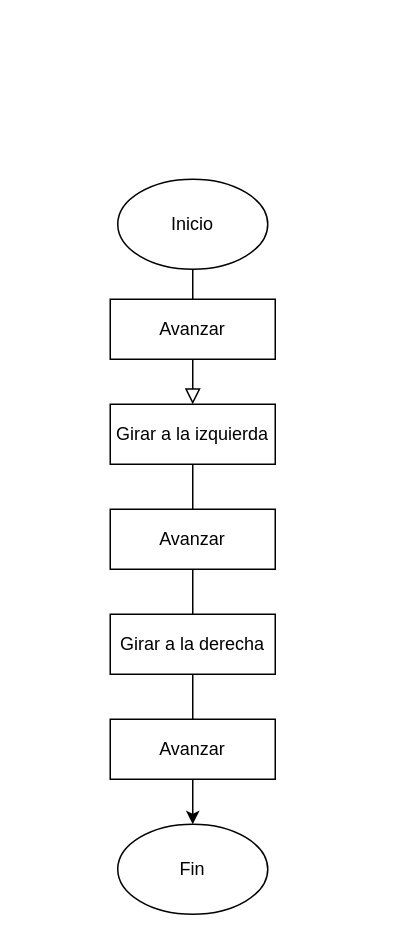
Before: page "Maze 2" (2 of 10) of Untitled Diagram.drawio in Daniel-Cabbelt/Flowcharts, a draw.io diagram. Source tidied: cells renumbered, new cells numbered last; positions are measured from the earlier drawing's top-left corner, leaving out a move shared by most shapes. Both pictures are drawn from the tidied source at 150%, with x=0, y=0 at pixel (110, 178).
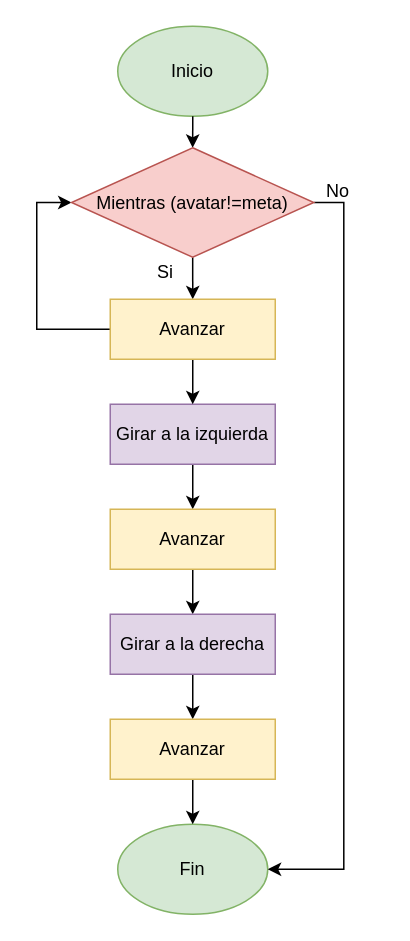
The same page after the edit.

Diff of the diagram source:
```diff
@@
-    <mxCell id="2" style="rounded=0;html=1;jettySize=auto;fontSize=11;endArrow=block;endFill=0;endSize=8;strokeWidth=1;shadow=0;labelBackgroundColor=none;edgeStyle=orthogonalEdgeStyle;exitX=0.5;exitY=1;exitDx=0;exitDy=0;entryX=0.5;entryY=0;entryDx=0;entryDy=0;" parent="1" edge="1" source="3" target="5">
-      <mxGeometry relative="1" as="geometry" />
-    </mxCell>
+    <mxCell id="11" style="edgeStyle=orthogonalEdgeStyle;rounded=0;jettySize=auto;html=1;exitX=0.5;exitY=1;exitDx=0;exitDy=0;entryX=0.5;entryY=0;entryDx=0;entryDy=0;" parent="1" edge="1" source="20" target="8">
+      <mxGeometry relative="1" as="geometry" />
+    </mxCell>
-    <mxCell id="3" value="Inicio" style="ellipse;whiteSpace=wrap;html=1;" parent="1" vertex="1">
-      <mxGeometry x="5" width="100" height="60" as="geometry" />
+    <mxCell id="3" value="Inicio" style="ellipse;whiteSpace=wrap;html=1;fillColor=#d5e8d4;strokeColor=#82b366;" parent="1" vertex="1">
+      <mxGeometry x="5" y="-102" width="100" height="60" as="geometry" />
     </mxCell>
-    <mxCell id="4" style="edgeStyle=orthogonalEdgeStyle;rounded=0;jettySize=auto;html=1;exitX=0.5;exitY=1;exitDx=0;exitDy=0;entryX=0.5;entryY=0;entryDx=0;entryDy=0;" parent="1" edge="1" source="5" target="7">
-      <mxGeometry relative="1" as="geometry" />
-    </mxCell>
+    <mxCell id="12" style="edgeStyle=orthogonalEdgeStyle;rounded=0;jettySize=auto;html=1;exitX=0.5;exitY=1;exitDx=0;exitDy=0;entryX=0.5;entryY=0;entryDx=0;entryDy=0;" parent="1" edge="1" source="5" target="6">
+      <mxGeometry relative="1" as="geometry" />
+    </mxCell>
-    <mxCell id="5" value="Girar a la izquierda" style="rounded=0;whiteSpace=wrap;html=1;" parent="1" vertex="1">
+    <mxCell id="5" value="Girar a la izquierda" style="rounded=0;whiteSpace=wrap;html=1;fillColor=#e1d5e7;strokeColor=#9673a6;" parent="1" vertex="1">
       <mxGeometry y="150" width="110" height="40" as="geometry" />
     </mxCell>
+    <mxCell id="13" style="edgeStyle=orthogonalEdgeStyle;rounded=0;jettySize=auto;html=1;exitX=0.5;exitY=1;exitDx=0;exitDy=0;entryX=0.5;entryY=0;entryDx=0;entryDy=0;" parent="1" edge="1" source="6" target="9">
+      <mxGeometry relative="1" as="geometry" />
+    </mxCell>
-    <mxCell id="6" value="Avanzar" style="rounded=0;whiteSpace=wrap;html=1;" parent="1" vertex="1">
+    <mxCell id="6" value="Avanzar" style="rounded=0;whiteSpace=wrap;html=1;fillColor=#fff2cc;strokeColor=#d6b656;" parent="1" vertex="1">
       <mxGeometry y="220" width="110" height="40" as="geometry" />
     </mxCell>
-    <mxCell id="7" value="Fin" style="ellipse;whiteSpace=wrap;html=1;" parent="1" vertex="1">
+    <mxCell id="7" value="Fin" style="ellipse;whiteSpace=wrap;html=1;fillColor=#d5e8d4;strokeColor=#82b366;" parent="1" vertex="1">
       <mxGeometry x="5" y="430" width="100" height="60" as="geometry" />
     </mxCell>
+    <mxCell id="14" style="edgeStyle=orthogonalEdgeStyle;rounded=0;jettySize=auto;html=1;exitX=0.5;exitY=1;exitDx=0;exitDy=0;entryX=0.5;entryY=0;entryDx=0;entryDy=0;" parent="1" edge="1" source="8" target="5">
+      <mxGeometry relative="1" as="geometry" />
+    </mxCell>
+    <mxCell id="15" style="edgeStyle=orthogonalEdgeStyle;rounded=0;jettySize=auto;html=1;exitX=0;exitY=0.5;exitDx=0;exitDy=0;entryX=0;entryY=0.5;entryDx=0;entryDy=0;" parent="1" edge="1" source="8" target="20">
+      <mxGeometry relative="1" as="geometry">
+        <Array as="points">
+          <mxPoint x="-49" y="100" />
+          <mxPoint x="-49" y="16" />
+        </Array>
+      </mxGeometry>
+    </mxCell>
-    <mxCell id="8" value="Avanzar" style="rounded=0;whiteSpace=wrap;html=1;" parent="1" vertex="1">
+    <mxCell id="8" value="Avanzar" style="rounded=0;whiteSpace=wrap;html=1;fillColor=#fff2cc;strokeColor=#d6b656;" parent="1" vertex="1">
       <mxGeometry y="80" width="110" height="40" as="geometry" />
     </mxCell>
+    <mxCell id="16" style="edgeStyle=orthogonalEdgeStyle;rounded=0;jettySize=auto;html=1;exitX=0.5;exitY=1;exitDx=0;exitDy=0;entryX=0.5;entryY=0;entryDx=0;entryDy=0;" parent="1" edge="1" source="9" target="10">
+      <mxGeometry relative="1" as="geometry" />
+    </mxCell>
-    <mxCell id="9" value="Girar a la derecha" style="rounded=0;whiteSpace=wrap;html=1;" parent="1" vertex="1">
+    <mxCell id="9" value="Girar a la derecha" style="rounded=0;whiteSpace=wrap;html=1;fillColor=#e1d5e7;strokeColor=#9673a6;" parent="1" vertex="1">
       <mxGeometry y="290" width="110" height="40" as="geometry" />
     </mxCell>
+    <mxCell id="17" style="edgeStyle=orthogonalEdgeStyle;rounded=0;jettySize=auto;html=1;exitX=0.5;exitY=1;exitDx=0;exitDy=0;entryX=0.5;entryY=0;entryDx=0;entryDy=0;" parent="1" edge="1" source="10" target="7">
+      <mxGeometry relative="1" as="geometry" />
+    </mxCell>
-    <mxCell id="10" value="Avanzar" style="rounded=0;whiteSpace=wrap;html=1;" parent="1" vertex="1">
+    <mxCell id="10" value="Avanzar" style="rounded=0;whiteSpace=wrap;html=1;fillColor=#fff2cc;strokeColor=#d6b656;" parent="1" vertex="1">
       <mxGeometry y="360" width="110" height="40" as="geometry" />
     </mxCell>
+    <mxCell id="18" style="edgeStyle=orthogonalEdgeStyle;rounded=0;jettySize=auto;html=1;exitX=0.5;exitY=1;exitDx=0;exitDy=0;entryX=0.5;entryY=0;entryDx=0;entryDy=0;" parent="1" edge="1" source="3" target="20">
+      <mxGeometry relative="1" as="geometry" />
+    </mxCell>
+    <mxCell id="19" style="edgeStyle=orthogonalEdgeStyle;rounded=0;jettySize=auto;html=1;exitX=1;exitY=0.5;exitDx=0;exitDy=0;entryX=1;entryY=0.5;entryDx=0;entryDy=0;" parent="1" edge="1" source="20" target="7">
+      <mxGeometry relative="1" as="geometry" />
+    </mxCell>
+    <mxCell id="20" value="Mientras (avatar!=meta)" style="rhombus;whiteSpace=wrap;html=1;fillColor=#f8cecc;strokeColor=#b85450;" parent="1" vertex="1">
+      <mxGeometry x="-25.8" y="-21" width="161.5" height="73" as="geometry" />
+    </mxCell>
+    <mxCell id="21" value="No" style="text;html=1;align=center;verticalAlign=middle;whiteSpace=wrap;rounded=0;" parent="1" vertex="1">
+      <mxGeometry x="122" y="-7" width="60" height="30" as="geometry" />
+    </mxCell>
+    <mxCell id="22" value="Si" style="text;html=1;align=center;verticalAlign=middle;whiteSpace=wrap;rounded=0;" parent="1" vertex="1">
+      <mxGeometry x="7" y="47" width="60" height="30" as="geometry" />
+    </mxCell>
```
